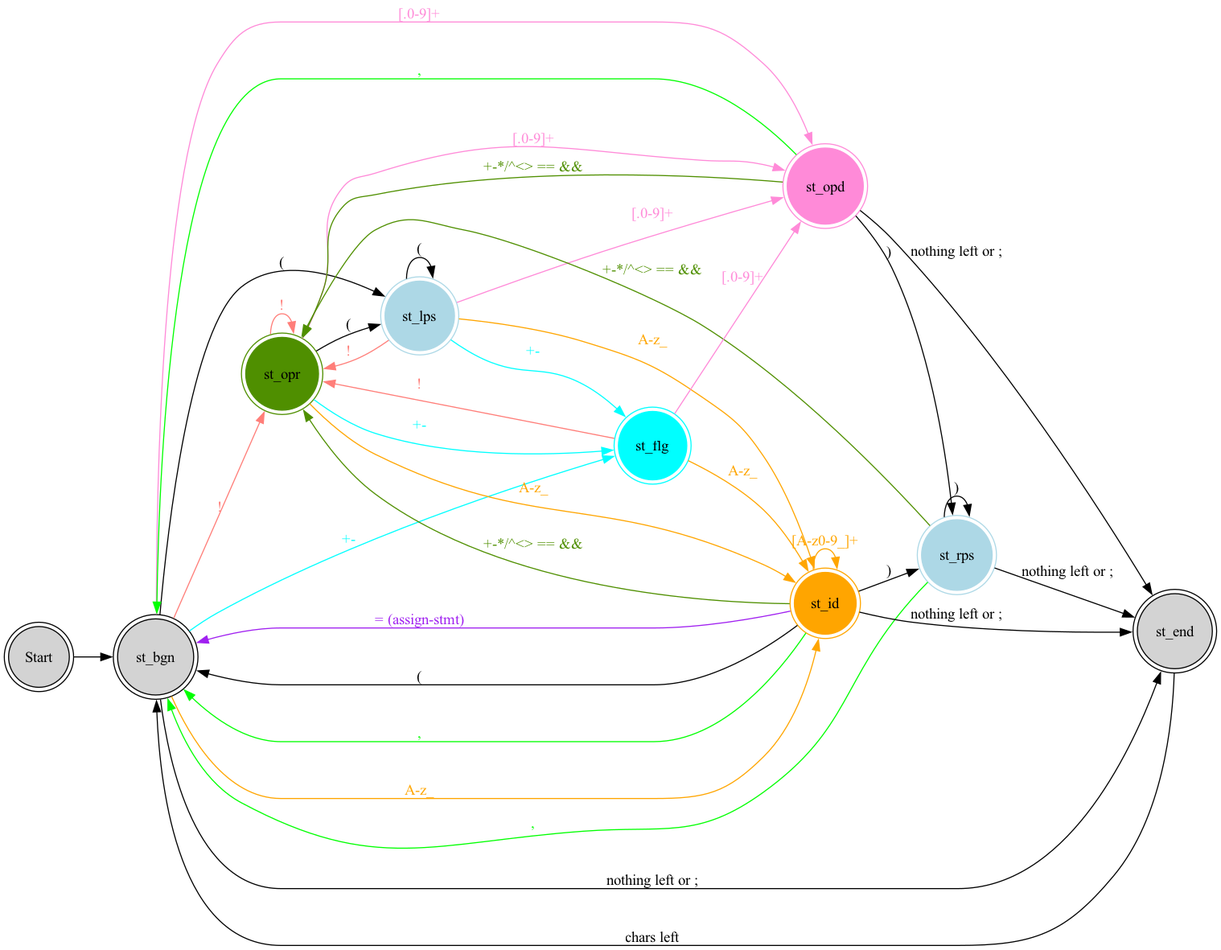
jacoolee/calc keeps this Graphviz diagram as state_transition.png. Above is the earlier version. Its source is kept beside it as state_transition.dot.
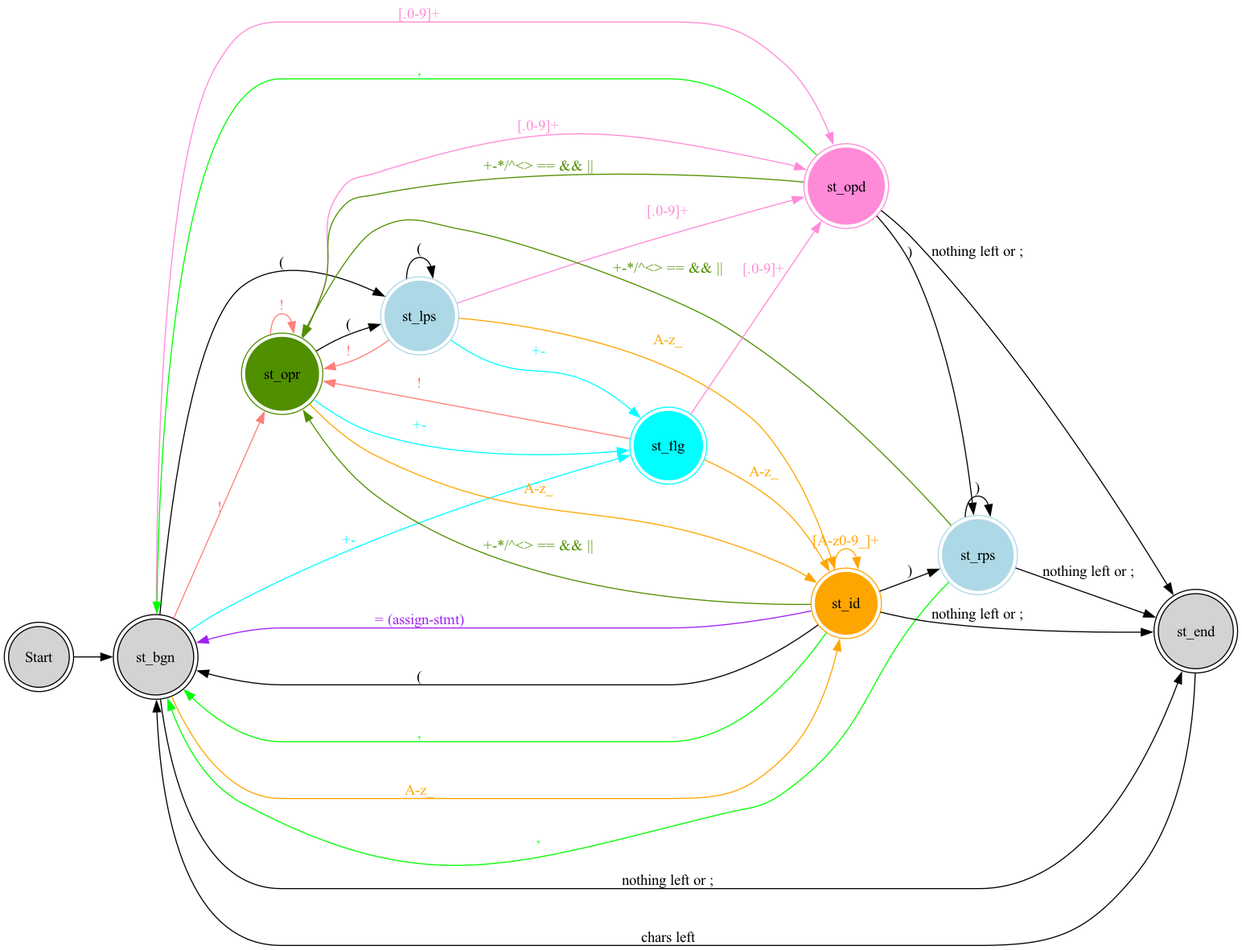
The same diagram one commit later.

Diff of the diagram source:
```diff
@@ -23,7 +23,7 @@
         st_bgn -> st_end[label="nothing left or ;"];
         st_bgn -> st_opr[label="!",color="#ff7e79",fontcolor="#ff7e79"];
 
-        st_opd -> st_opr[label="+-*/^<> == &&", color="#4f8f00", fontcolor="#4f8f00"];
+        st_opd -> st_opr[label="+-*/^<> == && ||", color="#4f8f00", fontcolor="#4f8f00"];
         st_opd -> st_rps[label=")"];
         st_opd -> st_bgn[label=",", color="green", fontcolor="green"];
         st_opd -> st_end[label="nothing left or ;"];
@@ -40,7 +40,7 @@
         st_lps -> st_id[label="A-z_", color="orange", fontcolor="orange"];
         st_lps -> st_opr[label="!",color="#ff7e79",fontcolor="#ff7e79"];
 
-        st_rps -> st_opr[label="+-*/^<> == &&", color="#4f8f00", fontcolor="#4f8f00"];
+        st_rps -> st_opr[label="+-*/^<> == && ||", color="#4f8f00", fontcolor="#4f8f00"];
         st_rps -> st_rps[label=")"];
         st_rps -> st_bgn[label=",", color="green", fontcolor="green"];
         st_rps -> st_end[label="nothing left or ;"];
@@ -51,7 +51,7 @@
 
         st_id -> st_id[label="[A-z0-9_]+", color="orange", fontcolor="orange"];
         st_id -> st_bgn[label="("];
-        st_id -> st_opr[label="+-*/^<> == &&", color="#4f8f00", fontcolor="#4f8f00"];
+        st_id -> st_opr[label="+-*/^<> == && ||", color="#4f8f00", fontcolor="#4f8f00"];
         st_id -> st_rps[label=")"];
         st_id -> st_bgn[label=",", color="green", fontcolor="green"];
         st_id -> st_end[label="nothing left or ;"];
```
